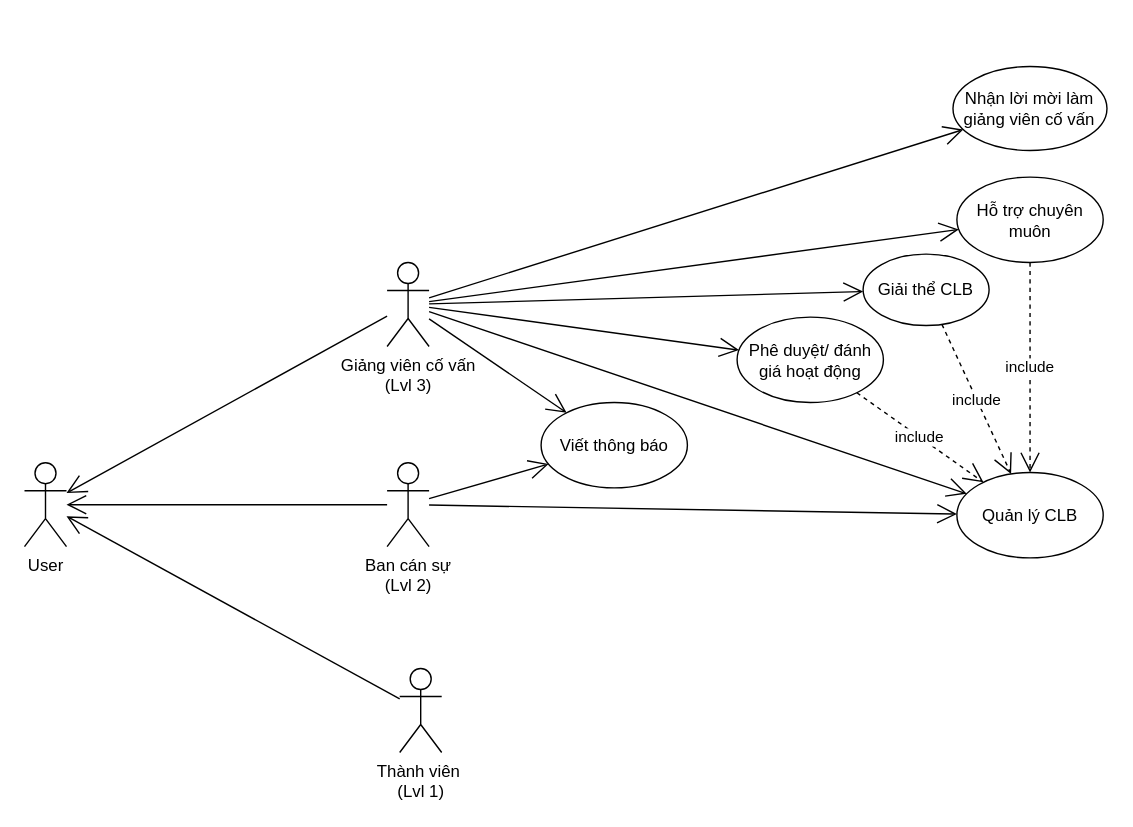
DnhTrn/finall_project keeps this draw.io diagram as page "Use case 2" (2 of 2) of Diagram.drawio. Above is the earlier version. Source tidied: cells renumbered, new cells numbered last; positions are measured from the earlier drawing's top-left corner, leaving out a move shared by most shapes. Both pictures are drawn from the tidied source at 140%, with x=0, y=0 at pixel (24, 66).
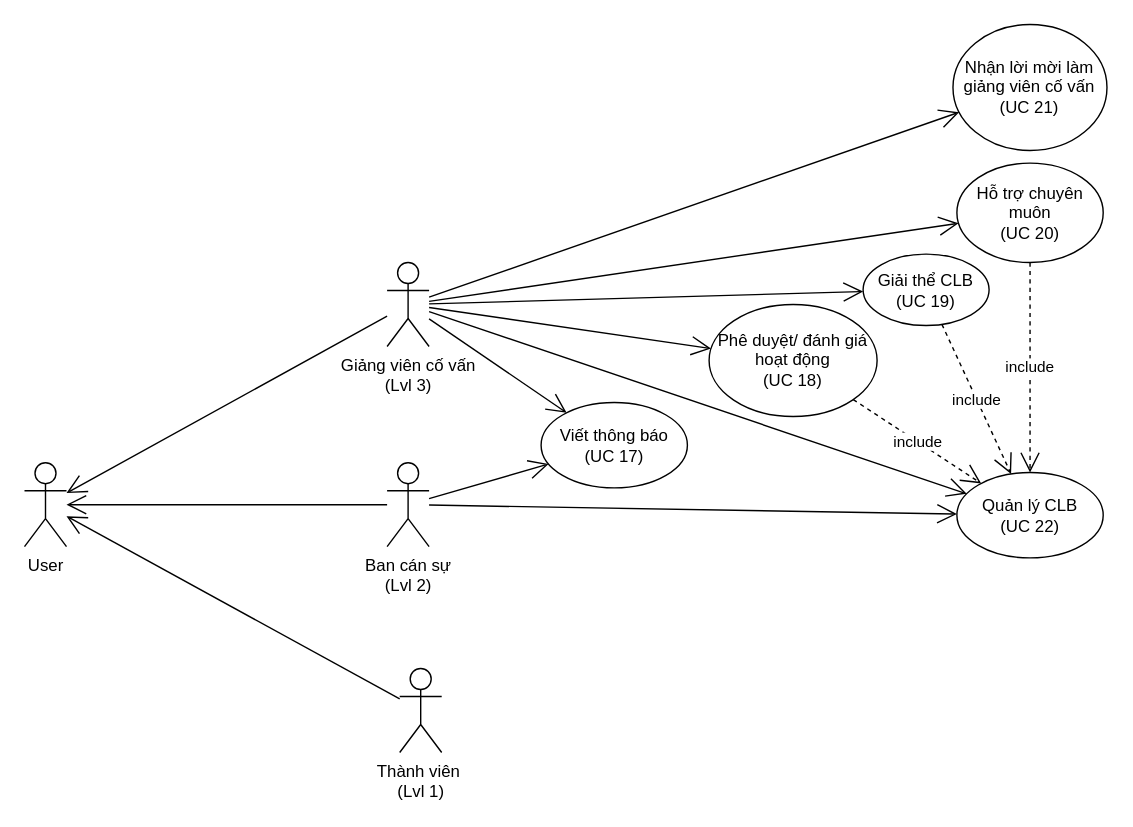
Above is the later version.

Commit message:
Cập nhật Diagram.drawio

Diff of the diagram source:
```diff
@@
-    <mxCell id="4" value="Quản lý CLB" style="ellipse;whiteSpace=wrap;html=1;" parent="1" vertex="1">
+    <mxCell id="4" value="Quản lý CLB&lt;div&gt;(UC 22)&lt;/div&gt;" style="ellipse;whiteSpace=wrap;html=1;" parent="1" vertex="1">
       <mxGeometry x="666" y="290" width="104.5" height="61" as="geometry" />
     </mxCell>
@@
-    <mxCell id="10" value="Viết thông báo" style="ellipse;whiteSpace=wrap;html=1;" parent="1" vertex="1">
+    <mxCell id="10" value="Viết thông báo&lt;div&gt;(UC 17)&lt;/div&gt;" style="ellipse;whiteSpace=wrap;html=1;" parent="1" vertex="1">
       <mxGeometry x="369" y="240" width="104.5" height="61" as="geometry" />
     </mxCell>
-    <mxCell id="11" value="Nhận lời mời làm giảng viên cố vấn" style="ellipse;whiteSpace=wrap;html=1;" parent="1" vertex="1">
-      <mxGeometry x="663.2" width="110" height="60" as="geometry" />
+    <mxCell id="11" value="Nhận lời mời làm giảng viên cố vấn&lt;div&gt;(UC 21)&lt;/div&gt;" style="ellipse;whiteSpace=wrap;html=1;" parent="1" vertex="1">
+      <mxGeometry x="663.2" y="-30" width="110" height="90" as="geometry" />
     </mxCell>
@@
-    <mxCell id="14" value="Giải thể CLB" style="ellipse;whiteSpace=wrap;html=1;" parent="1" vertex="1">
+    <mxCell id="14" value="Giải thể CLB&lt;div&gt;(UC 19)&lt;/div&gt;" style="ellipse;whiteSpace=wrap;html=1;" parent="1" vertex="1">
       <mxGeometry x="599" y="134" width="90" height="51" as="geometry" />
     </mxCell>
-    <mxCell id="15" value="Hỗ trợ chuyên muôn" style="ellipse;whiteSpace=wrap;html=1;" parent="1" vertex="1">
-      <mxGeometry x="666" y="79" width="104.5" height="61" as="geometry" />
+    <mxCell id="15" value="Hỗ trợ chuyên muôn&lt;div&gt;(UC 20)&lt;/div&gt;" style="ellipse;whiteSpace=wrap;html=1;" parent="1" vertex="1">
+      <mxGeometry x="666" y="69" width="104.5" height="71" as="geometry" />
     </mxCell>
-    <mxCell id="16" value="Phê duyệt/ đánh giá hoạt động" style="ellipse;whiteSpace=wrap;html=1;" parent="1" vertex="1">
-      <mxGeometry x="509" y="179" width="104.5" height="61" as="geometry" />
+    <mxCell id="16" value="Phê duyệt/ đánh giá hoạt động&lt;div&gt;(UC 18)&lt;/div&gt;" style="ellipse;whiteSpace=wrap;html=1;" parent="1" vertex="1">
+      <mxGeometry x="489" y="170" width="120" height="80" as="geometry" />
     </mxCell>
```
